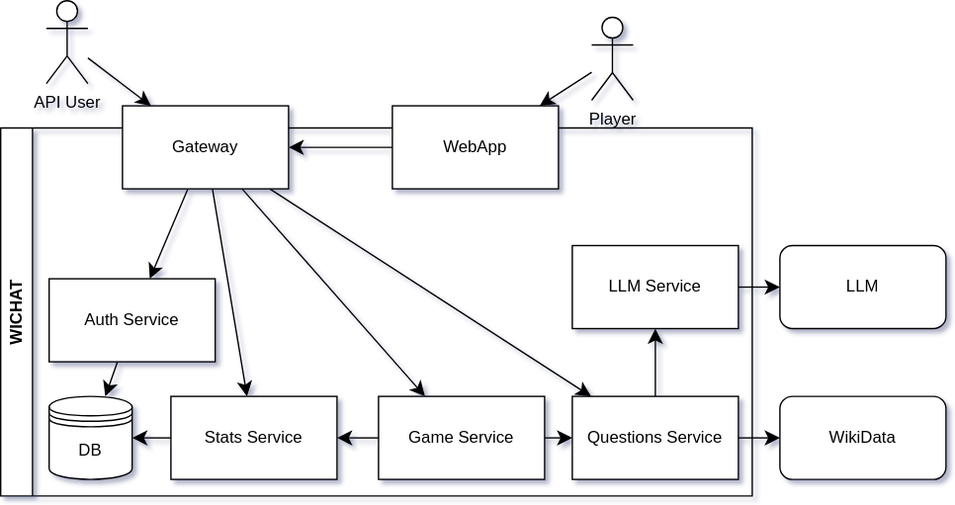
The draw.io diagram docs/images/build_block_view/overview.drawio.svg in Arquisoft/wichat_en1c, before a commit. Source tidied: cells renumbered, new cells last; positions are measured from the earlier drawing's top-left corner, leaving out a move shared by most shapes.
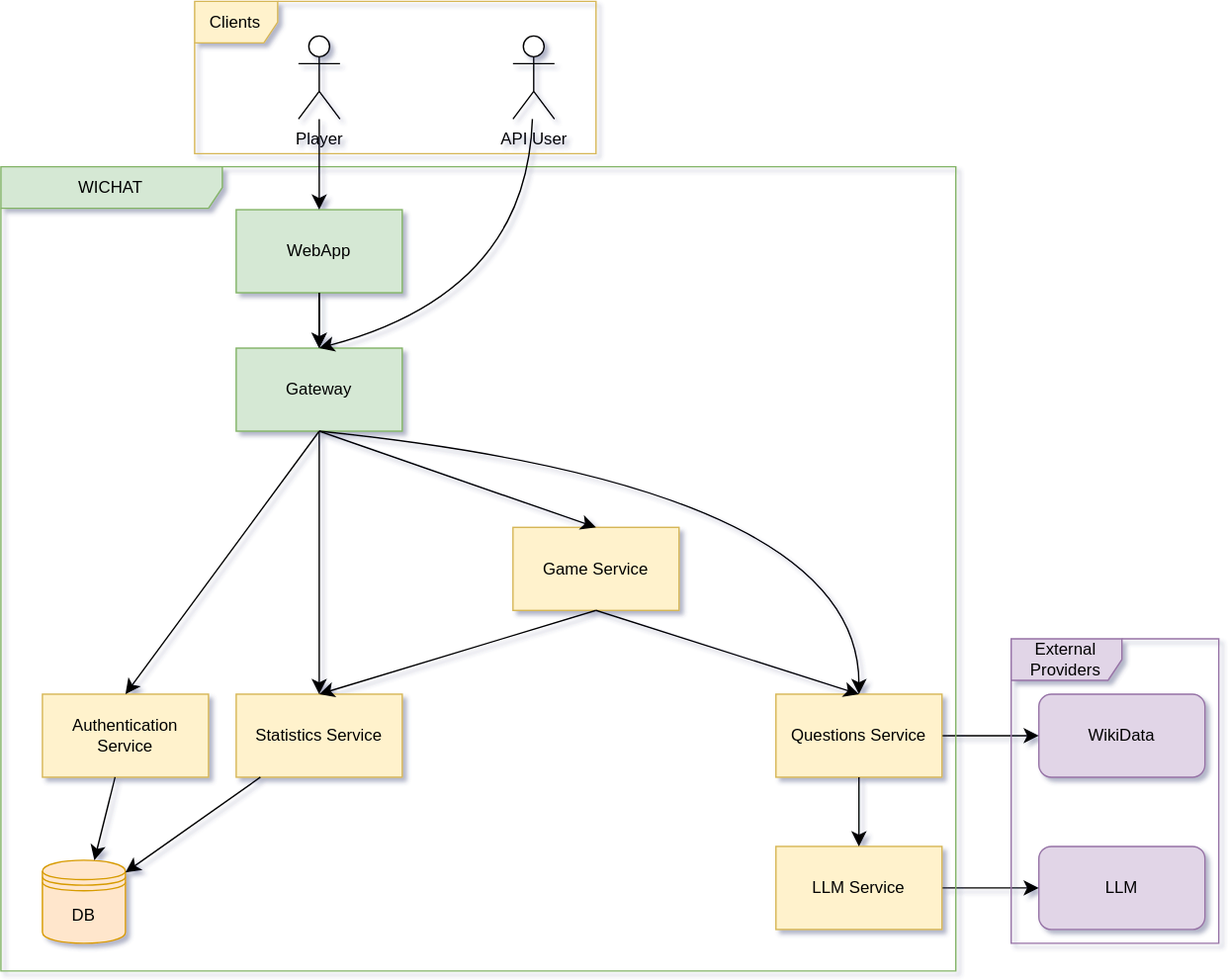
After the change.

Change to the diagram source:
```diff
@@ -2,86 +2,103 @@
   <root>
     <mxCell id="0" />
     <mxCell id="1" parent="0" />
-    <mxCell id="2" value="WICHAT" style="swimlane;horizontal=0;whiteSpace=wrap;html=1;" parent="1" vertex="1">
-      <mxGeometry y="92" width="543" height="266" as="geometry" />
+    <mxCell id="2" value="LLM" style="rounded=1;whiteSpace=wrap;html=1;fillColor=#e1d5e7;strokeColor=#9673a6;" parent="1" vertex="1">
+      <mxGeometry x="-147" y="757" width="120" height="60" as="geometry" />
     </mxCell>
-    <mxCell id="3" value="DB" style="shape=datastore;whiteSpace=wrap;html=1;" parent="2" vertex="1">
-      <mxGeometry x="35" y="194" width="60" height="60" as="geometry" />
+    <mxCell id="3" style="edgeStyle=none;curved=1;rounded=0;jettySize=auto;html=1;fontSize=12;startSize=8;endSize=8;exitX=1;exitY=0.5;exitDx=0;exitDy=0;entryX=0;entryY=0.5;entryDx=0;entryDy=0;" parent="1" edge="1" source="21" target="2">
+      <mxGeometry relative="1" as="geometry" />
     </mxCell>
-    <mxCell id="4" style="edgeStyle=none;curved=1;rounded=0;jettySize=auto;html=1;fontSize=12;startSize=8;endSize=8;" parent="2" edge="1" source="5" target="3">
-      <mxGeometry relative="1" as="geometry" />
+    <mxCell id="4" value="WikiData" style="rounded=1;whiteSpace=wrap;html=1;fillColor=#e1d5e7;strokeColor=#9673a6;" parent="1" vertex="1">
+      <mxGeometry x="-147" y="647" width="120" height="60" as="geometry" />
     </mxCell>
-    <mxCell id="5" value="Stats Service" style="rounded=0;whiteSpace=wrap;html=1;" parent="2" vertex="1">
-      <mxGeometry x="123" y="194" width="120" height="60" as="geometry" />
+    <mxCell id="5" style="edgeStyle=none;curved=1;rounded=0;jettySize=auto;html=1;fontSize=12;startSize=8;endSize=8;exitX=1;exitY=0.5;exitDx=0;exitDy=0;entryX=0;entryY=0.5;entryDx=0;entryDy=0;" parent="1" edge="1" source="18" target="4">
+      <mxGeometry relative="1" as="geometry" />
     </mxCell>
-    <mxCell id="6" style="edgeStyle=none;curved=1;rounded=0;jettySize=auto;html=1;fontSize=12;startSize=8;endSize=8;" parent="2" edge="1" source="7" target="3">
-      <mxGeometry relative="1" as="geometry" />
+    <mxCell id="6" value="WICHAT" style="shape=umlFrame;whiteSpace=wrap;html=1;width=160;fillColor=#d5e8d4;strokeColor=#82b366;" parent="1" vertex="1">
+      <mxGeometry x="-897" y="266" width="690" height="581" as="geometry" />
     </mxCell>
-    <mxCell id="7" value="Auth Service" style="rounded=0;whiteSpace=wrap;html=1;" parent="2" vertex="1">
-      <mxGeometry x="35" y="109" width="120" height="60" as="geometry" />
+    <mxCell id="7" value="Gateway" style="rounded=0;whiteSpace=wrap;html=1;fillColor=#d5e8d4;strokeColor=#82b366;" parent="6" vertex="1">
+      <mxGeometry x="170" y="131" width="120" height="60" as="geometry" />
     </mxCell>
-    <mxCell id="8" style="edgeStyle=none;curved=1;rounded=0;jettySize=auto;html=1;fontSize=12;startSize=8;endSize=8;" parent="2" edge="1" source="10" target="9">
-      <mxGeometry relative="1" as="geometry" />
+    <mxCell id="8" value="Authentication Service" style="rounded=0;whiteSpace=wrap;html=1;fillColor=#fff2cc;strokeColor=#d6b656;" parent="6" vertex="1">
+      <mxGeometry x="30" y="381" width="120" height="60" as="geometry" />
     </mxCell>
-    <mxCell id="9" value="LLM Service" style="rounded=0;whiteSpace=wrap;html=1;" parent="2" vertex="1">
-      <mxGeometry x="413" y="85" width="120" height="60" as="geometry" />
+    <mxCell id="9" style="edgeStyle=none;curved=1;rounded=0;jettySize=auto;html=1;fontSize=12;startSize=8;endSize=8;exitX=0.5;exitY=1;exitDx=0;exitDy=0;entryX=0.5;entryY=0;entryDx=0;entryDy=0;" parent="6" edge="1" source="7" target="8">
+      <mxGeometry relative="1" as="geometry" />
     </mxCell>
-    <mxCell id="10" value="Questions Service" style="rounded=0;whiteSpace=wrap;html=1;" parent="2" vertex="1">
-      <mxGeometry x="413" y="194" width="120" height="60" as="geometry" />
+    <mxCell id="10" value="DB" style="shape=datastore;whiteSpace=wrap;html=1;fillColor=#ffe6cc;strokeColor=#d79b00;" parent="6" vertex="1">
+      <mxGeometry x="30" y="501" width="60" height="60" as="geometry" />
     </mxCell>
-    <mxCell id="11" style="edgeStyle=none;curved=1;rounded=0;jettySize=auto;html=1;fontSize=12;startSize=8;endSize=8;" parent="2" edge="1" source="13" target="10">
+    <mxCell id="11" style="edgeStyle=none;curved=1;rounded=0;jettySize=auto;html=1;fontSize=12;startSize=8;endSize=8;" parent="6" edge="1" source="8" target="10">
       <mxGeometry relative="1" as="geometry" />
     </mxCell>
-    <mxCell id="12" style="edgeStyle=none;curved=1;rounded=0;jettySize=auto;html=1;fontSize=12;startSize=8;endSize=8;" parent="2" edge="1" source="13" target="5">
-      <mxGeometry relative="1" as="geometry" />
+    <mxCell id="12" value="Statistics Service" style="rounded=0;whiteSpace=wrap;html=1;fillColor=#fff2cc;strokeColor=#d6b656;" parent="6" vertex="1">
+      <mxGeometry x="170" y="381" width="120" height="60" as="geometry" />
     </mxCell>
-    <mxCell id="13" value="Game Service" style="rounded=0;whiteSpace=wrap;html=1;" parent="2" vertex="1">
-      <mxGeometry x="273" y="194" width="120" height="60" as="geometry" />
+    <mxCell id="13" style="edgeStyle=none;curved=1;rounded=0;jettySize=auto;html=1;fontSize=12;startSize=8;endSize=8;entryX=0.5;entryY=0;entryDx=0;entryDy=0;exitX=0.5;exitY=1;exitDx=0;exitDy=0;" parent="6" edge="1" source="7" target="12">
+      <mxGeometry relative="1" as="geometry" />
     </mxCell>
-    <mxCell id="14" value="WebApp" style="rounded=0;whiteSpace=wrap;html=1;" parent="1" vertex="1">
-      <mxGeometry x="283" y="76" width="120" height="60" as="geometry" />
+    <mxCell id="14" style="edgeStyle=none;curved=1;rounded=0;jettySize=auto;html=1;fontSize=12;startSize=8;endSize=8;" parent="6" edge="1" source="12" target="10">
+      <mxGeometry relative="1" as="geometry" />
     </mxCell>
-    <mxCell id="15" style="edgeStyle=none;curved=1;rounded=0;jettySize=auto;html=1;fontSize=12;startSize=8;endSize=8;" parent="1" edge="1" source="14" target="24">
-      <mxGeometry relative="1" as="geometry" />
+    <mxCell id="15" value="Game Service" style="rounded=0;whiteSpace=wrap;html=1;fillColor=#fff2cc;strokeColor=#d6b656;" parent="6" vertex="1">
+      <mxGeometry x="370" y="260.5" width="120" height="60" as="geometry" />
     </mxCell>
-    <mxCell id="16" style="edgeStyle=none;curved=1;rounded=0;jettySize=auto;html=1;fontSize=12;startSize=8;endSize=8;" parent="1" edge="1" source="17" target="14">
+    <mxCell id="16" style="edgeStyle=none;curved=1;rounded=0;jettySize=auto;html=1;fontSize=12;startSize=8;endSize=8;entryX=0.5;entryY=0;entryDx=0;entryDy=0;exitX=0.5;exitY=1;exitDx=0;exitDy=0;" parent="6" edge="1" source="7" target="15">
       <mxGeometry relative="1" as="geometry" />
     </mxCell>
-    <mxCell id="17" value="Player" style="shape=umlActor;verticalLabelPosition=bottom;verticalAlign=top;html=1;outlineConnect=0;" parent="1" vertex="1">
-      <mxGeometry x="427" y="12" width="30" height="60" as="geometry" />
+    <mxCell id="17" style="edgeStyle=none;curved=1;rounded=0;jettySize=auto;html=1;fontSize=12;startSize=8;endSize=8;exitX=0.5;exitY=1;exitDx=0;exitDy=0;entryX=0.5;entryY=0;entryDx=0;entryDy=0;" parent="6" edge="1" source="15" target="12">
+      <mxGeometry relative="1" as="geometry" />
     </mxCell>
-    <mxCell id="18" style="edgeStyle=none;curved=1;rounded=0;jettySize=auto;html=1;fontSize=12;startSize=8;endSize=8;" parent="1" edge="1" source="19" target="24">
-      <mxGeometry relative="1" as="geometry" />
+    <mxCell id="18" value="Questions Service" style="rounded=0;whiteSpace=wrap;html=1;fillColor=#fff2cc;strokeColor=#d6b656;" parent="6" vertex="1">
+      <mxGeometry x="560" y="381" width="120" height="60" as="geometry" />
     </mxCell>
-    <mxCell id="19" value="API User" style="shape=umlActor;verticalLabelPosition=bottom;verticalAlign=top;html=1;outlineConnect=0;" parent="1" vertex="1">
-      <mxGeometry x="33" width="30" height="60" as="geometry" />
+    <mxCell id="19" style="edgeStyle=none;curved=1;rounded=0;jettySize=auto;html=1;fontSize=12;startSize=8;endSize=8;exitX=0.5;exitY=1;exitDx=0;exitDy=0;entryX=0.5;entryY=0;entryDx=0;entryDy=0;" parent="6" edge="1" source="7" target="18">
+      <mxGeometry relative="1" as="geometry">
+        <Array as="points">
+          <mxPoint x="620" y="231" />
+        </Array>
+      </mxGeometry>
     </mxCell>
-    <mxCell id="20" style="edgeStyle=none;curved=1;rounded=0;jettySize=auto;html=1;fontSize=12;startSize=8;endSize=8;" parent="1" edge="1" source="24" target="7">
+    <mxCell id="20" style="edgeStyle=none;curved=1;rounded=0;jettySize=auto;html=1;fontSize=12;startSize=8;endSize=8;exitX=0.5;exitY=1;exitDx=0;exitDy=0;entryX=0.5;entryY=0;entryDx=0;entryDy=0;" parent="6" edge="1" source="15" target="18">
       <mxGeometry relative="1" as="geometry" />
     </mxCell>
-    <mxCell id="21" style="edgeStyle=none;curved=1;rounded=0;jettySize=auto;html=1;fontSize=12;startSize=8;endSize=8;" parent="1" edge="1" source="24" target="5">
-      <mxGeometry relative="1" as="geometry" />
+    <mxCell id="21" value="LLM Service" style="rounded=0;whiteSpace=wrap;html=1;fillColor=#fff2cc;strokeColor=#d6b656;" parent="6" vertex="1">
+      <mxGeometry x="560" y="491" width="120" height="60" as="geometry" />
     </mxCell>
-    <mxCell id="22" style="edgeStyle=none;curved=1;rounded=0;jettySize=auto;html=1;fontSize=12;startSize=8;endSize=8;" parent="1" edge="1" source="24" target="10">
+    <mxCell id="22" style="edgeStyle=none;curved=1;rounded=0;jettySize=auto;html=1;fontSize=12;startSize=8;endSize=8;entryX=0.5;entryY=0;entryDx=0;entryDy=0;exitX=0.5;exitY=1;exitDx=0;exitDy=0;" parent="6" edge="1" source="18" target="21">
       <mxGeometry relative="1" as="geometry" />
     </mxCell>
-    <mxCell id="23" style="edgeStyle=none;curved=1;rounded=0;jettySize=auto;html=1;fontSize=12;startSize=8;endSize=8;" parent="1" edge="1" source="24" target="13">
-      <mxGeometry relative="1" as="geometry" />
+    <mxCell id="23" value="WebApp" style="rounded=0;whiteSpace=wrap;html=1;fillColor=#d5e8d4;strokeColor=#82b366;" parent="6" vertex="1">
+      <mxGeometry x="170" y="31" width="120" height="60" as="geometry" />
     </mxCell>
-    <mxCell id="24" value="Gateway" style="rounded=0;whiteSpace=wrap;html=1;" parent="1" vertex="1">
-      <mxGeometry x="88" y="76" width="120" height="60" as="geometry" />
+    <mxCell id="24" style="edgeStyle=none;curved=1;rounded=0;jettySize=auto;html=1;fontSize=12;startSize=8;endSize=8;" parent="6" edge="1" source="23" target="7">
+      <mxGeometry relative="1" as="geometry" />
     </mxCell>
-    <mxCell id="25" value="LLM" style="rounded=1;whiteSpace=wrap;html=1;" parent="1" vertex="1">
-      <mxGeometry x="563" y="177" width="120" height="60" as="geometry" />
+    <mxCell id="25" style="edgeStyle=none;curved=1;rounded=0;jettySize=auto;html=1;fontSize=12;startSize=8;endSize=8;" parent="6" edge="1" source="23" target="7">
+      <mxGeometry relative="1" as="geometry" />
     </mxCell>
-    <mxCell id="26" style="edgeStyle=none;curved=1;rounded=0;jettySize=auto;html=1;fontSize=12;startSize=8;endSize=8;" parent="1" edge="1" source="9" target="25">
-      <mxGeometry relative="1" as="geometry" />
+    <mxCell id="26" value="Clients" style="shape=umlFrame;whiteSpace=wrap;html=1;fillColor=#fff2cc;strokeColor=#d6b656;" parent="1" vertex="1">
+      <mxGeometry x="-757" y="146.5" width="290" height="110" as="geometry" />
     </mxCell>
-    <mxCell id="27" value="WikiData" style="rounded=1;whiteSpace=wrap;html=1;" parent="1" vertex="1">
-      <mxGeometry x="563" y="286" width="120" height="60" as="geometry" />
+    <mxCell id="27" value="API User" style="shape=umlActor;verticalLabelPosition=bottom;verticalAlign=top;html=1;outlineConnect=0;" parent="1" vertex="1">
+      <mxGeometry x="-527" y="171.5" width="30" height="60" as="geometry" />
     </mxCell>
-    <mxCell id="28" style="edgeStyle=none;curved=1;rounded=0;jettySize=auto;html=1;fontSize=12;startSize=8;endSize=8;" parent="1" edge="1" source="10" target="27">
-      <mxGeometry relative="1" as="geometry" />
+    <mxCell id="28" value="Player" style="shape=umlActor;verticalLabelPosition=bottom;verticalAlign=top;html=1;outlineConnect=0;" parent="1" vertex="1">
+      <mxGeometry x="-682" y="171.5" width="30" height="60" as="geometry" />
     </mxCell>
+    <mxCell id="29" style="edgeStyle=none;curved=1;rounded=0;jettySize=auto;html=1;fontSize=12;startSize=8;endSize=8;" parent="1" edge="1" source="28" target="23">
+      <mxGeometry relative="1" as="geometry" />
+    </mxCell>
+    <mxCell id="30" style="edgeStyle=none;curved=1;rounded=0;jettySize=auto;html=1;fontSize=12;startSize=8;endSize=8;entryX=0.5;entryY=0;entryDx=0;entryDy=0;" parent="1" edge="1" source="27" target="7">
+      <mxGeometry relative="1" as="geometry">
+        <Array as="points">
+          <mxPoint x="-517" y="357" />
+        </Array>
+      </mxGeometry>
+    </mxCell>
+    <mxCell id="31" value="External Providers" style="shape=umlFrame;whiteSpace=wrap;html=1;fillColor=#e1d5e7;strokeColor=#9673a6;width=80;height=30;" parent="1" vertex="1">
+      <mxGeometry x="-167" y="607" width="150" height="220" as="geometry" />
+    </mxCell>
   </root>
 </mxGraphModel>
```
